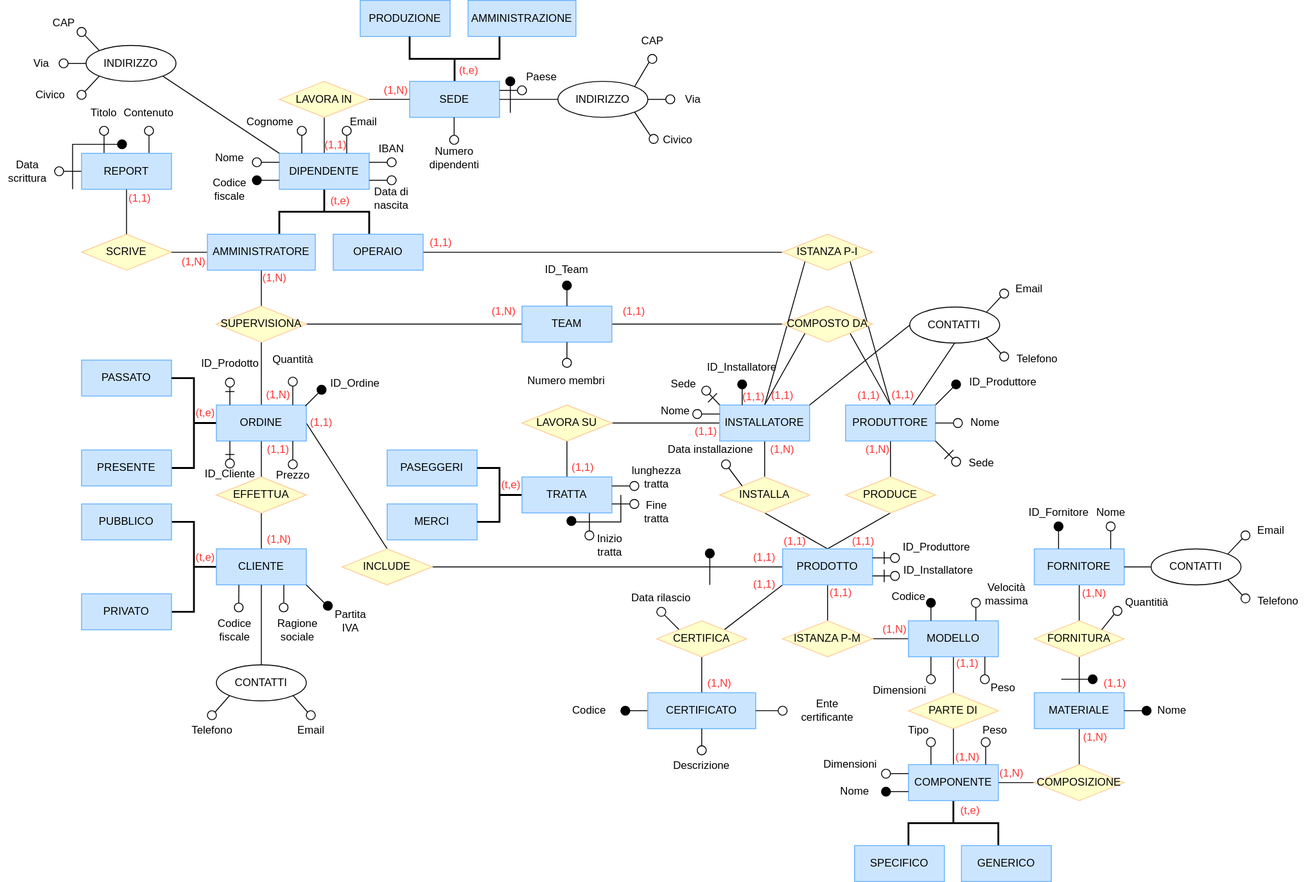
This is Secondo Anno/Secondo_Semestre/Basi_dati/Diagrammi_GreenRail/rivisto_amministratore.drawio.svg from bilottiale/uni, a draw.io export, as it was before one commit. Source tidied: cells renumbered, new cells last; positions are measured from the earlier drawing's top-left corner, leaving out a move shared by most shapes.
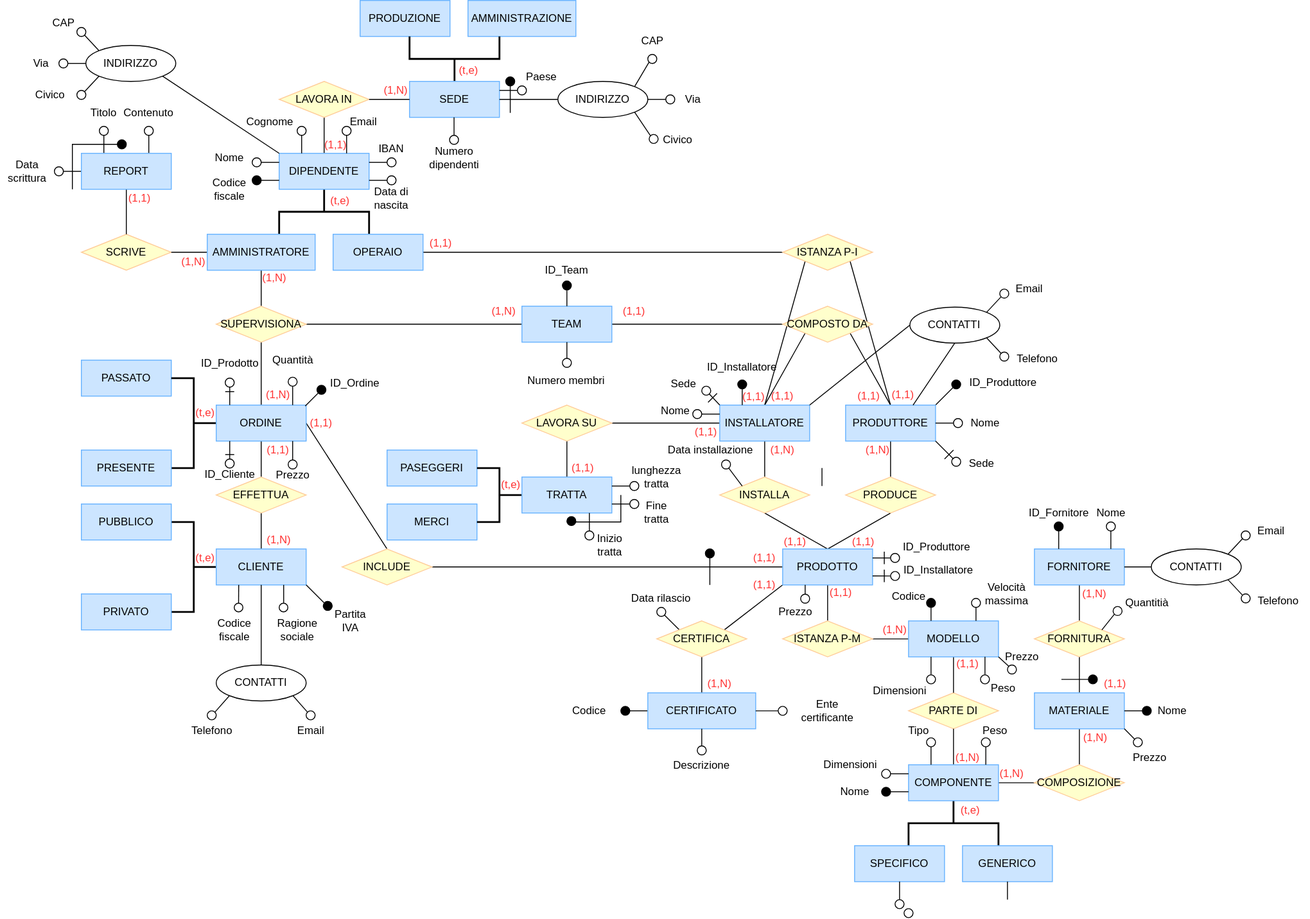
Above is the later version.

Diff of the diagram source:
```diff
@@ -253,7 +253,7 @@
       <mxGeometry x="950" y="940" width="100" height="40" as="geometry" />
     </mxCell>
     <mxCell id="80" value="GENERICO" style="rounded=0;whiteSpace=wrap;html=1;fillColor=#CCE5FF;strokeColor=#66B2FF;" parent="1" vertex="1">
-      <mxGeometry x="1069" y="940" width="100" height="40" as="geometry" />
+      <mxGeometry x="1070" y="940" width="100" height="40" as="geometry" />
     </mxCell>
     <mxCell id="81" value="COMPOSIZIONE" style="rhombus;whiteSpace=wrap;html=1;fillColor=#FFFFCC;strokeColor=#FFCC99;" parent="1" vertex="1">
       <mxGeometry x="1150" y="850" width="100" height="40" as="geometry" />
@@ -1206,5 +1206,54 @@
     <mxCell id="355" value="(1,1)" style="text;html=1;align=center;verticalAlign=middle;whiteSpace=wrap;rounded=0;fontColor=#FF3333;" parent="1" vertex="1">
       <mxGeometry x="343" y="146" width="60" height="30" as="geometry" />
     </mxCell>
+    <mxCell id="356" style="ellipse;whiteSpace=wrap;html=1;fillColor=none;strokeColor=default;" parent="1" vertex="1">
+      <mxGeometry x="890" y="660.3" width="10" height="10" as="geometry" />
+    </mxCell>
+    <mxCell id="357" style="endArrow=none;html=1;rounded=0;entryX=0.25;entryY=1;entryDx=0;entryDy=0;" parent="1" edge="1">
+      <mxGeometry relative="1" as="geometry">
+        <mxPoint x="913.7" y="540" as="sourcePoint" />
+        <mxPoint x="913.7" y="520" as="targetPoint" />
+      </mxGeometry>
+    </mxCell>
+    <mxCell id="358" style="endArrow=none;html=1;rounded=0;exitX=0.25;exitY=1;exitDx=0;exitDy=0;entryX=0.5;entryY=0;entryDx=0;entryDy=0;" parent="1" edge="1" source="76" target="356">
+      <mxGeometry relative="1" as="geometry" />
+    </mxCell>
+    <mxCell id="359" value="Prezzo" style="text;html=1;align=center;verticalAlign=middle;strokeColor=none;fillColor=none;" parent="1" vertex="1">
+      <mxGeometry x="854" y="665" width="60" height="30" as="geometry" />
+    </mxCell>
+    <mxCell id="360" style="ellipse;whiteSpace=wrap;html=1;fillColor=none;strokeColor=default;" parent="1" vertex="1">
+      <mxGeometry x="1120" y="739" width="10" height="10" as="geometry" />
+    </mxCell>
+    <mxCell id="361" style="endArrow=none;html=1;rounded=0;entryX=1;entryY=1;entryDx=0;entryDy=0;exitX=0;exitY=0;exitDx=0;exitDy=0;" parent="1" edge="1" source="360" target="226">
+      <mxGeometry relative="1" as="geometry" />
+    </mxCell>
+    <mxCell id="362" value="Prezzo" style="text;html=1;align=center;verticalAlign=middle;strokeColor=none;fillColor=none;" parent="1" vertex="1">
+      <mxGeometry x="1106" y="715" width="60" height="30" as="geometry" />
+    </mxCell>
+    <mxCell id="363" style="endArrow=none;html=1;rounded=0;entryX=1;entryY=1;entryDx=0;entryDy=0;exitX=0;exitY=0;exitDx=0;exitDy=0;" parent="1" edge="1" source="364" target="82">
+      <mxGeometry relative="1" as="geometry" />
+    </mxCell>
+    <mxCell id="364" style="ellipse;whiteSpace=wrap;html=1;fillColor=none;strokeColor=default;" parent="1" vertex="1">
+      <mxGeometry x="1260" y="820" width="10" height="10" as="geometry" />
+    </mxCell>
+    <mxCell id="365" value="Prezzo" style="text;html=1;align=center;verticalAlign=middle;strokeColor=none;fillColor=none;" parent="1" vertex="1">
+      <mxGeometry x="1247.5" y="827" width="60" height="30" as="geometry" />
+    </mxCell>
+    <mxCell id="366" style="endArrow=none;html=1;rounded=0;entryX=0.5;entryY=1;entryDx=0;entryDy=0;" parent="1" edge="1" target="79">
+      <mxGeometry relative="1" as="geometry">
+        <mxPoint x="1000" y="1000" as="sourcePoint" />
+      </mxGeometry>
+    </mxCell>
+    <mxCell id="367" style="endArrow=none;html=1;rounded=0;entryX=0.5;entryY=1;entryDx=0;entryDy=0;" parent="1" edge="1" target="80">
+      <mxGeometry relative="1" as="geometry">
+        <mxPoint x="1120" y="1000" as="sourcePoint" />
+      </mxGeometry>
+    </mxCell>
+    <mxCell id="368" style="ellipse;whiteSpace=wrap;html=1;fillColor=none;strokeColor=default;rotation=90;" parent="1" vertex="1">
+      <mxGeometry x="995" y="1000" width="10" height="10" as="geometry" />
+    </mxCell>
+    <mxCell id="369" style="ellipse;whiteSpace=wrap;html=1;fillColor=none;strokeColor=default;rotation=90;" parent="1" vertex="1">
+      <mxGeometry x="1005" y="1010" width="10" height="10" as="geometry" />
+    </mxCell>
   </root>
 </mxGraphModel>
```
